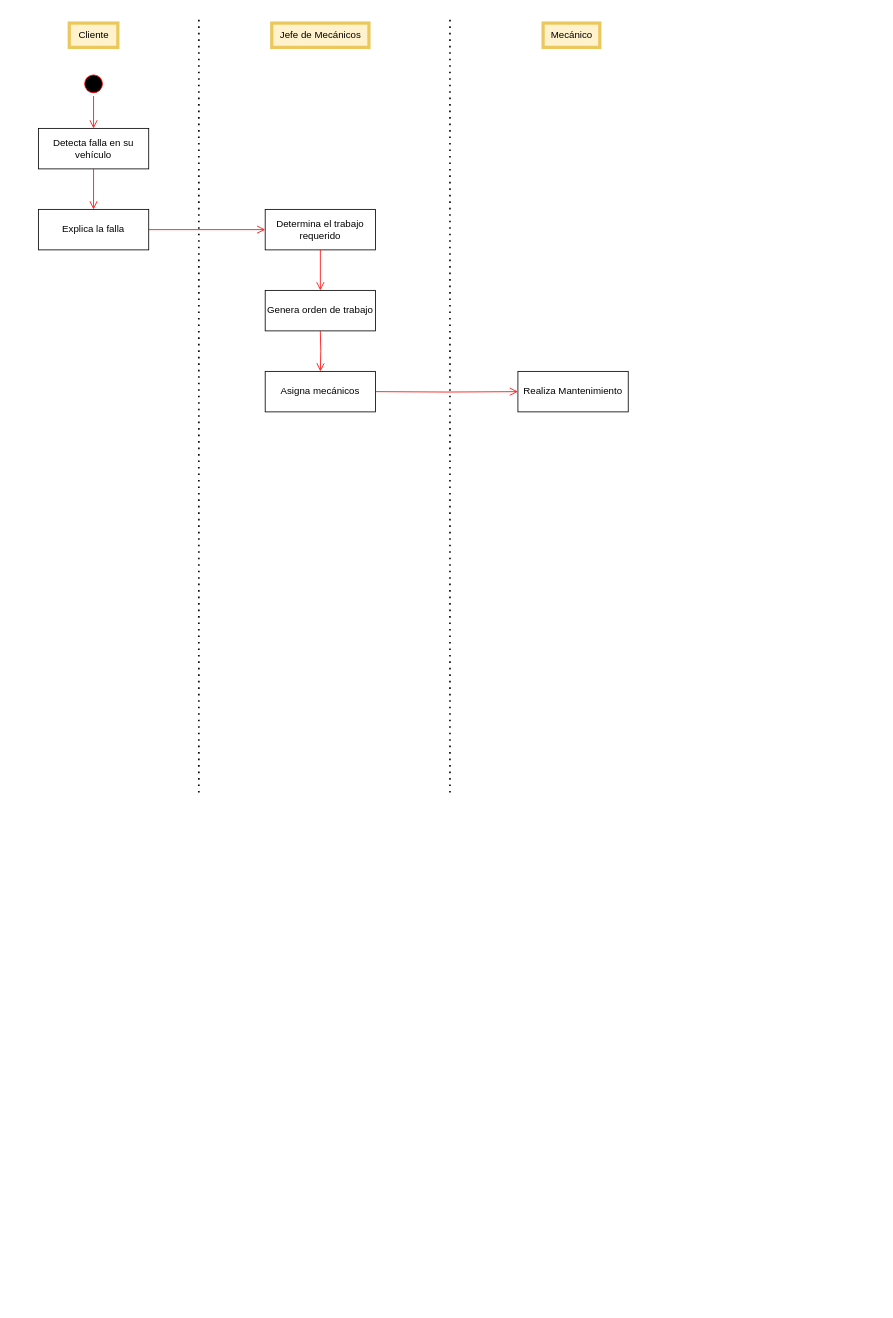
Above: page "Actividades" (2 of 2) of Diagrama sin título.drawio in KeiKurono96/Experiencias3 (draw.io), before the change. Source tidied: cells renumbered, new cells numbered last; positions are measured from the earlier drawing's top-left corner, leaving out a move shared by most shapes. Both pictures are drawn from the tidied source at 81%, with x=0, y=0 at pixel (38, 15).
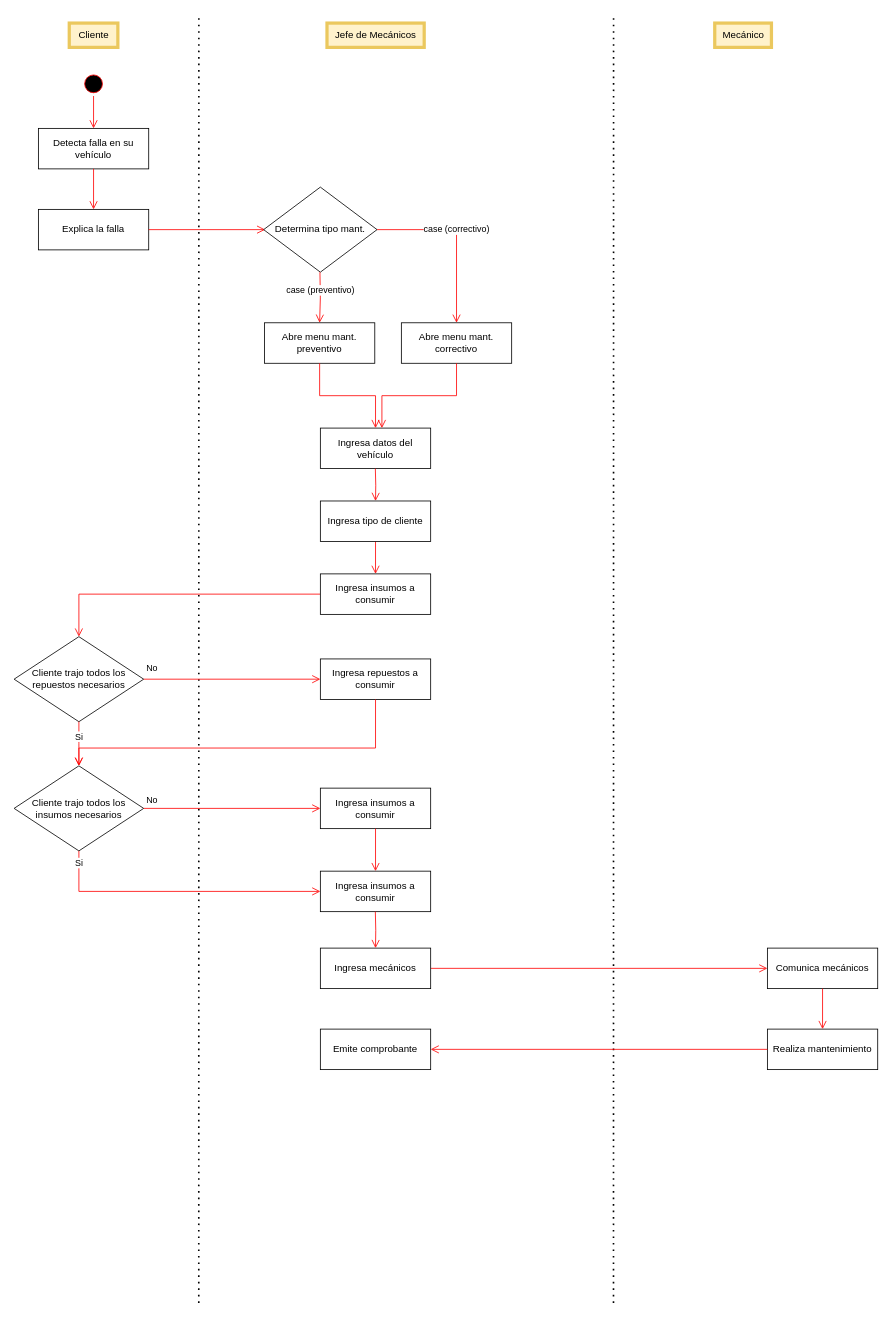
The same diagram, later.

Unchanged cells that the change refers to:
```xml
<mxCell id="8" value="Explica la falla" style="html=1;whiteSpace=wrap;" parent="1" vertex="1">
  <mxGeometry x="-0.1" y="240" width="136.2" height="50" as="geometry" />
</mxCell>
```

Diff of the diagram source:
```diff
@@
     <mxCell id="3" style="endArrow=none;dashed=1;html=1;dashPattern=1 3;strokeWidth=2;rounded=0;" parent="1" edge="1">
       <mxGeometry relative="1" as="geometry">
-        <mxPoint x="198" y="960" as="sourcePoint" />
+        <mxPoint x="197.9" y="1590" as="sourcePoint" />
         <mxPoint x="198" as="targetPoint" />
       </mxGeometry>
     </mxCell>
@@
     <mxCell id="7" value="Jefe de Mecánicos" style="text;html=1;align=center;verticalAlign=middle;strokeColor=#EBC85E;fillColor=#fff2cc;perimeterSpacing=0;strokeWidth=4;" parent="1" vertex="1">
-      <mxGeometry x="288" y="10" width="120" height="30" as="geometry" />
+      <mxGeometry x="356.2" y="10" width="120" height="30" as="geometry" />
     </mxCell>
@@
-    <mxCell id="10" value="Determina el trabajo requerido" style="html=1;whiteSpace=wrap;" parent="1" vertex="1">
-      <mxGeometry x="279.9" y="240" width="136.2" height="50" as="geometry" />
-    </mxCell>
-    <mxCell id="11" style="edgeStyle=orthogonalEdgeStyle;html=1;verticalAlign=bottom;endArrow=open;endSize=8;strokeColor=#ff0000;rounded=0;entryX=0;entryY=0.5;entryDx=0;entryDy=0;exitX=1;exitY=0.5;exitDx=0;exitDy=0;" parent="1" edge="1" source="8" target="10">
-      <mxGeometry relative="1" as="geometry" />
+    <mxCell id="11" style="edgeStyle=orthogonalEdgeStyle;html=1;verticalAlign=bottom;endArrow=open;endSize=8;strokeColor=#ff0000;rounded=0;entryX=0;entryY=0.5;entryDx=0;entryDy=0;exitX=1;exitY=0.5;exitDx=0;exitDy=0;" parent="1" edge="1" source="8">
+      <mxGeometry relative="1" as="geometry">
+        <mxPoint x="279.9" y="265" as="targetPoint" />
+      </mxGeometry>
     </mxCell>
-    <mxCell id="12" value="Genera orden de trabajo" style="html=1;whiteSpace=wrap;" parent="1" vertex="1">
-      <mxGeometry x="279.9" y="340" width="136.2" height="50" as="geometry" />
-    </mxCell>
-    <mxCell id="13" style="edgeStyle=orthogonalEdgeStyle;html=1;verticalAlign=bottom;endArrow=open;endSize=8;strokeColor=#ff0000;rounded=0;entryX=0.5;entryY=0;entryDx=0;entryDy=0;exitX=0.5;exitY=1;exitDx=0;exitDy=0;" parent="1" edge="1" source="10" target="12">
-      <mxGeometry relative="1" as="geometry" />
-    </mxCell>
-    <mxCell id="14" style="endArrow=none;dashed=1;html=1;dashPattern=1 3;strokeWidth=2;rounded=0;" parent="1" edge="1">
-      <mxGeometry relative="1" as="geometry">
-        <mxPoint x="508" y="960" as="sourcePoint" />
-        <mxPoint x="508" as="targetPoint" />
-      </mxGeometry>
-    </mxCell>
+    <mxCell id="20" value="Determina tipo mant." style="rhombus;whiteSpace=wrap;html=1;" parent="1" vertex="1">
+      <mxGeometry x="278" y="212.5" width="140" height="105" as="geometry" />
+    </mxCell>
+    <mxCell id="21" value="case (preventivo)" style="edgeStyle=orthogonalEdgeStyle;html=1;verticalAlign=bottom;endArrow=open;endSize=8;strokeColor=#ff0000;rounded=0;entryX=0.5;entryY=0;entryDx=0;entryDy=0;exitX=0.5;exitY=1;exitDx=0;exitDy=0;" parent="1" edge="1" target="24">
+      <mxGeometry relative="1" as="geometry">
+        <mxPoint x="347.5" y="317.5" as="sourcePoint" />
+      </mxGeometry>
+    </mxCell>
+    <mxCell id="22" value="case (correctivo)" style="edgeStyle=orthogonalEdgeStyle;html=1;verticalAlign=bottom;endArrow=open;endSize=8;strokeColor=#ff0000;rounded=0;exitX=1;exitY=0.5;exitDx=0;exitDy=0;" parent="1" edge="1" source="20" target="23">
+      <mxGeometry relative="1" as="geometry" />
+    </mxCell>
+    <mxCell id="23" value="Abre menu mant. correctivo" style="html=1;whiteSpace=wrap;" parent="1" vertex="1">
+      <mxGeometry x="448" y="380" width="136.2" height="50" as="geometry" />
+    </mxCell>
+    <mxCell id="24" value="Abre menu mant. preventivo" style="html=1;whiteSpace=wrap;" parent="1" vertex="1">
+      <mxGeometry x="279" y="380" width="136.2" height="50" as="geometry" />
+    </mxCell>
+    <mxCell id="25" value="Ingresa datos del vehículo" style="html=1;whiteSpace=wrap;" parent="1" vertex="1">
+      <mxGeometry x="348" y="510" width="136.2" height="50" as="geometry" />
+    </mxCell>
+    <mxCell id="26" style="edgeStyle=orthogonalEdgeStyle;html=1;verticalAlign=bottom;endArrow=open;endSize=8;strokeColor=#ff0000;rounded=0;entryX=0.5;entryY=0;entryDx=0;entryDy=0;exitX=0.5;exitY=1;exitDx=0;exitDy=0;" parent="1" edge="1" source="24" target="25">
+      <mxGeometry relative="1" as="geometry" />
+    </mxCell>
+    <mxCell id="27" style="edgeStyle=orthogonalEdgeStyle;html=1;verticalAlign=bottom;endArrow=open;endSize=8;strokeColor=#ff0000;rounded=0;exitX=0.5;exitY=1;exitDx=0;exitDy=0;entryX=0.558;entryY=0;entryDx=0;entryDy=0;entryPerimeter=0;" parent="1" edge="1" source="23" target="25">
+      <mxGeometry relative="1" as="geometry" />
+    </mxCell>
+    <mxCell id="28" value="Ingresa repuestos a consumir" style="html=1;whiteSpace=wrap;" parent="1" vertex="1">
+      <mxGeometry x="348" y="795" width="136.2" height="50" as="geometry" />
+    </mxCell>
+    <mxCell id="29" value="Ingresa insumos a consumir" style="html=1;whiteSpace=wrap;" parent="1" vertex="1">
+      <mxGeometry x="348" y="954.5" width="136.2" height="50" as="geometry" />
+    </mxCell>
+    <mxCell id="30" style="edgeStyle=orthogonalEdgeStyle;html=1;verticalAlign=bottom;endArrow=open;endSize=8;strokeColor=#ff0000;rounded=0;entryX=0.5;entryY=0;entryDx=0;entryDy=0;exitX=0.5;exitY=1;exitDx=0;exitDy=0;" parent="1" edge="1" source="28" target="35">
+      <mxGeometry relative="1" as="geometry">
+        <Array as="points">
+          <mxPoint x="415.9" y="905" />
+          <mxPoint x="49.9" y="905" />
+        </Array>
+      </mxGeometry>
+    </mxCell>
+    <mxCell id="31" style="edgeStyle=orthogonalEdgeStyle;html=1;verticalAlign=bottom;endArrow=open;endSize=8;strokeColor=#ff0000;rounded=0;entryX=0.5;entryY=0;entryDx=0;entryDy=0;exitX=0;exitY=0.5;exitDx=0;exitDy=0;" parent="1" edge="1" source="40" target="32">
+      <mxGeometry relative="1" as="geometry" />
+    </mxCell>
+    <mxCell id="32" value="Cliente trajo todos los repuestos necesarios" style="rhombus;whiteSpace=wrap;html=1;" parent="1" vertex="1">
+      <mxGeometry x="-30.1" y="767.5" width="160" height="105" as="geometry" />
+    </mxCell>
+    <mxCell id="33" value="No" style="edgeStyle=orthogonalEdgeStyle;html=1;verticalAlign=bottom;endArrow=open;endSize=8;strokeColor=#ff0000;rounded=0;entryX=0;entryY=0.5;entryDx=0;entryDy=0;exitX=1;exitY=0.5;exitDx=0;exitDy=0;" parent="1" edge="1" source="32" target="28">
+      <mxGeometry x="-0.91" y="5" relative="1" as="geometry" />
+    </mxCell>
+    <mxCell id="34" value="Si" style="edgeStyle=orthogonalEdgeStyle;html=1;verticalAlign=bottom;endArrow=open;endSize=8;strokeColor=#ff0000;rounded=0;entryX=0.5;entryY=0;entryDx=0;entryDy=0;exitX=0.5;exitY=1;exitDx=0;exitDy=0;" parent="1" edge="1" source="32" target="35">
+      <mxGeometry relative="1" as="geometry" />
+    </mxCell>
+    <mxCell id="35" value="Cliente trajo todos los insumos necesarios" style="rhombus;whiteSpace=wrap;html=1;" parent="1" vertex="1">
+      <mxGeometry x="-30.1" y="927" width="160" height="105" as="geometry" />
+    </mxCell>
+    <mxCell id="36" value="No" style="edgeStyle=orthogonalEdgeStyle;html=1;verticalAlign=bottom;endArrow=open;endSize=8;strokeColor=#ff0000;rounded=0;entryX=0;entryY=0.5;entryDx=0;entryDy=0;exitX=1;exitY=0.5;exitDx=0;exitDy=0;" parent="1" edge="1" source="35" target="29">
+      <mxGeometry x="-0.91" y="3" relative="1" as="geometry">
+        <mxPoint y="1" as="offset" />
+      </mxGeometry>
+    </mxCell>
+    <mxCell id="37" value="Si" style="edgeStyle=orthogonalEdgeStyle;html=1;verticalAlign=bottom;endArrow=open;endSize=8;strokeColor=#ff0000;rounded=0;entryX=0;entryY=0.5;entryDx=0;entryDy=0;exitX=0.5;exitY=1;exitDx=0;exitDy=0;" parent="1" edge="1" source="35" target="38">
+      <mxGeometry x="-0.86" relative="1" as="geometry" />
+    </mxCell>
+    <mxCell id="38" value="Ingresa insumos a consumir" style="html=1;whiteSpace=wrap;" parent="1" vertex="1">
+      <mxGeometry x="348" y="1057" width="136.2" height="50" as="geometry" />
+    </mxCell>
+    <mxCell id="39" style="edgeStyle=orthogonalEdgeStyle;html=1;verticalAlign=bottom;endArrow=open;endSize=8;strokeColor=#ff0000;rounded=0;entryX=0.5;entryY=0;entryDx=0;entryDy=0;exitX=0.5;exitY=1;exitDx=0;exitDy=0;" parent="1" edge="1" source="29" target="38">
+      <mxGeometry relative="1" as="geometry" />
+    </mxCell>
+    <mxCell id="40" value="Ingresa insumos a consumir" style="html=1;whiteSpace=wrap;" parent="1" vertex="1">
+      <mxGeometry x="348" y="690" width="136.2" height="50" as="geometry" />
+    </mxCell>
+    <mxCell id="41" style="edgeStyle=orthogonalEdgeStyle;html=1;verticalAlign=bottom;endArrow=open;endSize=8;strokeColor=#ff0000;rounded=0;entryX=0.5;entryY=0;entryDx=0;entryDy=0;exitX=0.5;exitY=1;exitDx=0;exitDy=0;" parent="1" edge="1" source="50" target="40">
+      <mxGeometry relative="1" as="geometry" />
+    </mxCell>
     <mxCell id="15" value="Mecánico" style="text;html=1;align=center;verticalAlign=middle;strokeColor=#EBC85E;fillColor=#fff2cc;perimeterSpacing=0;strokeWidth=4;" parent="1" vertex="1">
-      <mxGeometry x="623" y="10" width="70" height="30" as="geometry" />
+      <mxGeometry x="834.9" y="10" width="70" height="30" as="geometry" />
     </mxCell>
-    <mxCell id="16" value="Realiza Mantenimiento" style="html=1;whiteSpace=wrap;" parent="1" vertex="1">
-      <mxGeometry x="591.9" y="440" width="136.2" height="50" as="geometry" />
-    </mxCell>
-    <mxCell id="17" style="edgeStyle=orthogonalEdgeStyle;html=1;verticalAlign=bottom;endArrow=open;endSize=8;strokeColor=#ff0000;rounded=0;entryX=0;entryY=0.5;entryDx=0;entryDy=0;exitX=1;exitY=0.5;exitDx=0;exitDy=0;" parent="1" edge="1" target="16">
-      <mxGeometry relative="1" as="geometry">
-        <mxPoint x="416.1" y="465" as="sourcePoint" />
-      </mxGeometry>
-    </mxCell>
-    <mxCell id="18" value="Asigna mecánicos" style="html=1;whiteSpace=wrap;" parent="1" vertex="1">
-      <mxGeometry x="279.9" y="440" width="136.2" height="50" as="geometry" />
-    </mxCell>
-    <mxCell id="19" style="edgeStyle=orthogonalEdgeStyle;html=1;verticalAlign=bottom;endArrow=open;endSize=8;strokeColor=#ff0000;rounded=0;entryX=0.5;entryY=0;entryDx=0;entryDy=0;exitX=0.5;exitY=1;exitDx=0;exitDy=0;" parent="1" edge="1" target="18">
-      <mxGeometry relative="1" as="geometry">
-        <mxPoint x="348" y="390" as="sourcePoint" />
-      </mxGeometry>
-    </mxCell>
+    <mxCell id="42" style="endArrow=none;dashed=1;html=1;dashPattern=1 3;strokeWidth=2;rounded=0;" parent="1" edge="1">
+      <mxGeometry relative="1" as="geometry">
+        <mxPoint x="709.9" y="1590" as="sourcePoint" />
+        <mxPoint x="710" as="targetPoint" />
+      </mxGeometry>
+    </mxCell>
+    <mxCell id="43" value="Comunica mecánicos" style="html=1;whiteSpace=wrap;" parent="1" vertex="1">
+      <mxGeometry x="899.9" y="1152" width="136.2" height="50" as="geometry" />
+    </mxCell>
+    <mxCell id="44" style="edgeStyle=orthogonalEdgeStyle;html=1;verticalAlign=bottom;endArrow=open;endSize=8;strokeColor=#ff0000;rounded=0;entryX=0;entryY=0.5;entryDx=0;entryDy=0;exitX=1;exitY=0.5;exitDx=0;exitDy=0;" parent="1" edge="1" source="51" target="43">
+      <mxGeometry relative="1" as="geometry" />
+    </mxCell>
+    <mxCell id="45" value="Realiza mantenimiento" style="html=1;whiteSpace=wrap;" parent="1" vertex="1">
+      <mxGeometry x="899.9" y="1252" width="136.2" height="50" as="geometry" />
+    </mxCell>
+    <mxCell id="46" style="edgeStyle=orthogonalEdgeStyle;html=1;verticalAlign=bottom;endArrow=open;endSize=8;strokeColor=#ff0000;rounded=0;entryX=0.5;entryY=0;entryDx=0;entryDy=0;exitX=0.5;exitY=1;exitDx=0;exitDy=0;" parent="1" edge="1" source="43" target="45">
+      <mxGeometry relative="1" as="geometry" />
+    </mxCell>
+    <mxCell id="47" value="Emite comprobante" style="html=1;whiteSpace=wrap;" parent="1" vertex="1">
+      <mxGeometry x="348" y="1252" width="136.2" height="50" as="geometry" />
+    </mxCell>
+    <mxCell id="48" style="edgeStyle=orthogonalEdgeStyle;html=1;verticalAlign=bottom;endArrow=open;endSize=8;strokeColor=#ff0000;rounded=0;entryX=1;entryY=0.5;entryDx=0;entryDy=0;exitX=0;exitY=0.5;exitDx=0;exitDy=0;" parent="1" edge="1" source="45" target="47">
+      <mxGeometry relative="1" as="geometry" />
+    </mxCell>
+    <mxCell id="49" style="edgeStyle=orthogonalEdgeStyle;html=1;verticalAlign=bottom;endArrow=open;endSize=8;strokeColor=#ff0000;rounded=0;entryX=0.5;entryY=0;entryDx=0;entryDy=0;exitX=0.5;exitY=1;exitDx=0;exitDy=0;" parent="1" edge="1" target="50">
+      <mxGeometry relative="1" as="geometry">
+        <mxPoint x="415.9" y="560" as="sourcePoint" />
+      </mxGeometry>
+    </mxCell>
+    <mxCell id="50" value="Ingresa tipo de cliente" style="html=1;whiteSpace=wrap;" parent="1" vertex="1">
+      <mxGeometry x="348" y="600" width="136.2" height="50" as="geometry" />
+    </mxCell>
+    <mxCell id="51" value="Ingresa mecánicos" style="html=1;whiteSpace=wrap;" parent="1" vertex="1">
+      <mxGeometry x="348" y="1152" width="136.2" height="50" as="geometry" />
+    </mxCell>
+    <mxCell id="52" style="edgeStyle=orthogonalEdgeStyle;html=1;verticalAlign=bottom;endArrow=open;endSize=8;strokeColor=#ff0000;rounded=0;entryX=0.5;entryY=0;entryDx=0;entryDy=0;exitX=0.5;exitY=1;exitDx=0;exitDy=0;" parent="1" edge="1" target="51">
+      <mxGeometry relative="1" as="geometry">
+        <mxPoint x="415.9" y="1107" as="sourcePoint" />
+      </mxGeometry>
+    </mxCell>
```
